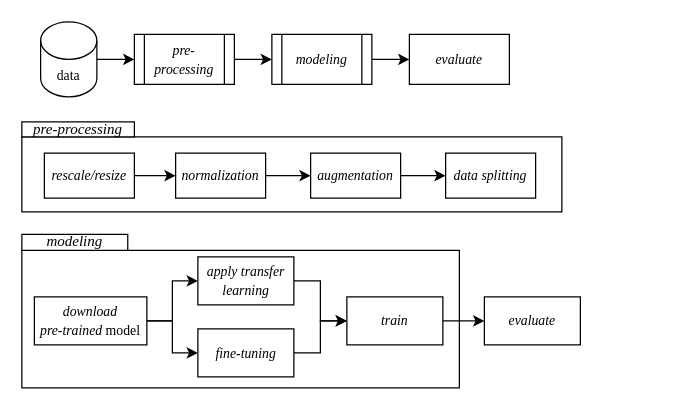
Before: proposal/diagram.drawio in caesariodito/k-thesis, a draw.io diagram. Source tidied: cells renumbered, new cells numbered last; positions are measured from the earlier drawing's top-left corner, leaving out a move shared by most shapes. Both pictures are drawn from the tidied source at 125%, with x=0, y=0 at pixel (21, 21).
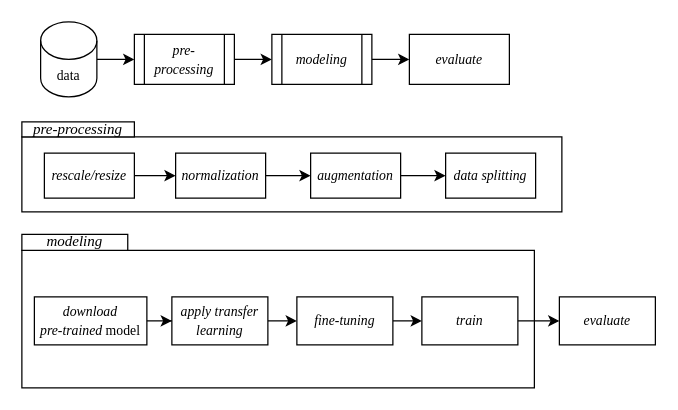
Above is the later version.

Commit message:
Update diagram.drawio fix modeling part

Unchanged cells that the change refers to:
```xml
<mxCell id="21" style="group;" parent="1" vertex="1">
  <mxGeometry y="170" width="446.8" height="122.8" as="geometry" />
</mxCell>
<mxCell id="24" value="&lt;font style=&quot;font-size: 11px;&quot; face=&quot;Times New Roman&quot;&gt;&lt;i&gt;download&lt;/i&gt;&lt;br&gt;&lt;i&gt;pre-trained&lt;/i&gt;&amp;nbsp;model&lt;/font&gt;" style="rounded=0;whiteSpace=wrap;html=1;" parent="21" vertex="1">
  <mxGeometry x="10" y="50" width="90" height="38.4" as="geometry" />
</mxCell>
```

Diff of the diagram source:
```diff
@@
     <mxCell id="22" style="rounded=0;whiteSpace=wrap;html=1;" parent="21" vertex="1">
-      <mxGeometry y="12.8" width="350" height="110" as="geometry" />
+      <mxGeometry y="12.8" width="410" height="110" as="geometry" />
     </mxCell>
@@
+    <mxCell id="34" style="edgeStyle=orthogonalEdgeStyle;rounded=0;jettySize=auto;html=1;entryX=0;entryY=0.5;entryDx=0;entryDy=0;" parent="21" edge="1" source="25" target="32">
+      <mxGeometry relative="1" as="geometry" />
+    </mxCell>
     <mxCell id="25" value="&lt;font style=&quot;font-size: 11px;&quot; face=&quot;Times New Roman&quot;&gt;&lt;i&gt;apply transfer learning&lt;/i&gt;&lt;/font&gt;" style="rounded=0;whiteSpace=wrap;html=1;" parent="21" vertex="1">
-      <mxGeometry x="140.8" y="18" width="76.8" height="38.4" as="geometry" />
+      <mxGeometry x="120" y="50" width="76.8" height="38.4" as="geometry" />
     </mxCell>
     <mxCell id="26" value="&lt;font style=&quot;font-size: 11px;&quot; face=&quot;Times New Roman&quot;&gt;&lt;i&gt;train&lt;/i&gt;&lt;/font&gt;" style="rounded=0;whiteSpace=wrap;html=1;" parent="21" vertex="1">
-      <mxGeometry x="260" y="50" width="76.8" height="38.4" as="geometry" />
+      <mxGeometry x="320" y="50" width="76.8" height="38.4" as="geometry" />
     </mxCell>
@@
-    <mxCell id="28" style="edgeStyle=orthogonalEdgeStyle;rounded=0;jettySize=auto;html=1;" parent="21" edge="1" source="25" target="26">
-      <mxGeometry relative="1" as="geometry" />
-    </mxCell>
+    <mxCell id="31" style="edgeStyle=orthogonalEdgeStyle;rounded=0;jettySize=auto;html=1;entryX=0;entryY=0.5;entryDx=0;entryDy=0;" parent="21" edge="1" source="32" target="26">
+      <mxGeometry relative="1" as="geometry" />
+    </mxCell>
+    <mxCell id="32" value="&lt;font style=&quot;font-size: 11px;&quot; face=&quot;Times New Roman&quot;&gt;&lt;i&gt;fine-tuning&lt;/i&gt;&lt;/font&gt;" style="rounded=0;whiteSpace=wrap;html=1;" parent="21" vertex="1">
+      <mxGeometry x="220" y="50" width="76.8" height="38.4" as="geometry" />
+    </mxCell>
-    <mxCell id="29" value="&lt;font style=&quot;font-size: 11px;&quot; face=&quot;Times New Roman&quot;&gt;&lt;i&gt;evaluate&lt;/i&gt;&lt;/font&gt;" style="rounded=0;whiteSpace=wrap;html=1;" parent="21" vertex="1">
-      <mxGeometry x="370" y="50" width="76.8" height="38.4" as="geometry" />
+    <mxCell id="29" value="&lt;font style=&quot;font-size: 11px;&quot; face=&quot;Times New Roman&quot;&gt;&lt;i&gt;evaluate&lt;/i&gt;&lt;/font&gt;" style="rounded=0;whiteSpace=wrap;html=1;" parent="1" vertex="1">
+      <mxGeometry x="430" y="220" width="76.8" height="38.4" as="geometry" />
     </mxCell>
-    <mxCell id="30" style="edgeStyle=orthogonalEdgeStyle;rounded=0;jettySize=auto;html=1;entryX=0;entryY=0.5;entryDx=0;entryDy=0;" parent="21" edge="1" source="26" target="29">
+    <mxCell id="30" style="edgeStyle=orthogonalEdgeStyle;rounded=0;jettySize=auto;html=1;entryX=0;entryY=0.5;entryDx=0;entryDy=0;" parent="1" edge="1" source="26" target="29">
       <mxGeometry relative="1" as="geometry" />
     </mxCell>
-    <mxCell id="31" style="edgeStyle=orthogonalEdgeStyle;rounded=0;jettySize=auto;html=1;entryX=0;entryY=0.5;entryDx=0;entryDy=0;" parent="21" edge="1" source="32" target="26">
-      <mxGeometry relative="1" as="geometry" />
-    </mxCell>
-    <mxCell id="32" value="&lt;font style=&quot;font-size: 11px;&quot; face=&quot;Times New Roman&quot;&gt;&lt;i&gt;fine-tuning&lt;/i&gt;&lt;/font&gt;" style="rounded=0;whiteSpace=wrap;html=1;" parent="21" vertex="1">
-      <mxGeometry x="140.8" y="75.6" width="76.8" height="38.4" as="geometry" />
-    </mxCell>
-    <mxCell id="33" style="edgeStyle=orthogonalEdgeStyle;rounded=0;jettySize=auto;html=1;entryX=0;entryY=0.5;entryDx=0;entryDy=0;" parent="21" edge="1" source="24" target="32">
-      <mxGeometry relative="1" as="geometry" />
-    </mxCell>
```
